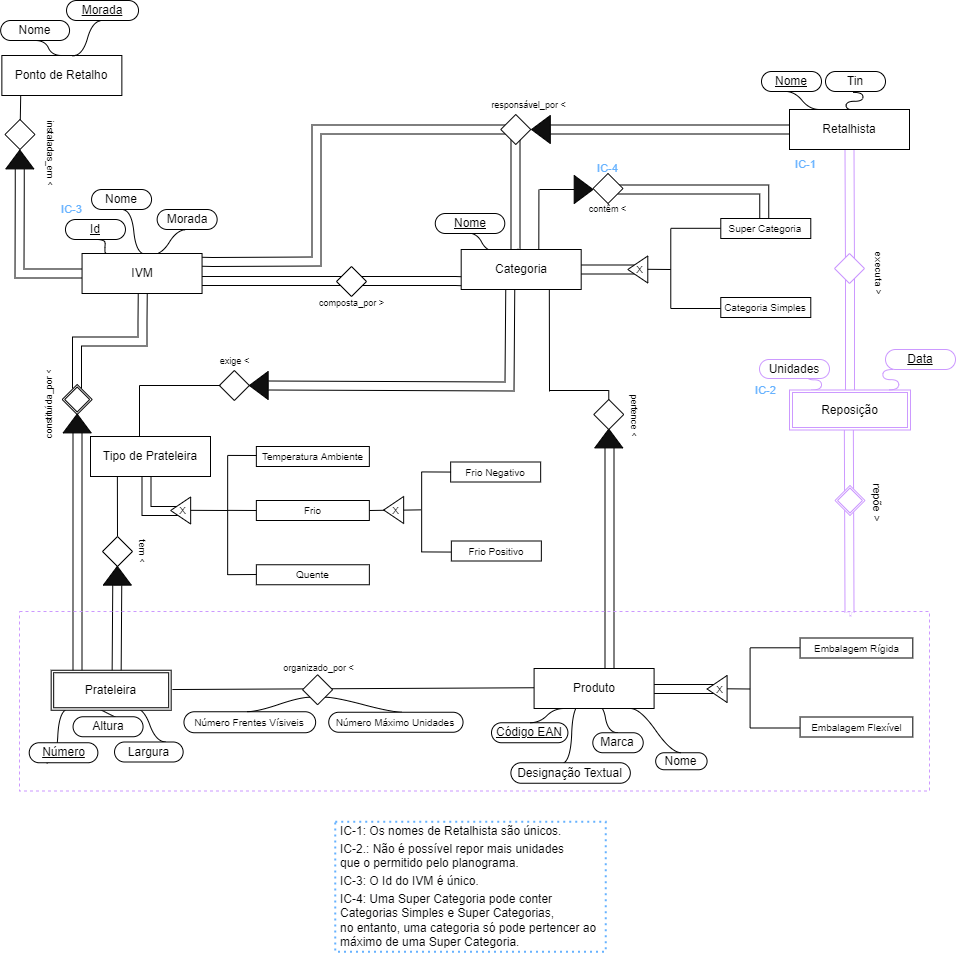
This is Untitled Diagram.drawio.png from raquelfmcardoso/bd-2021-2022-project0102, a draw.io export, as it was before one commit. Source tidied: cells renumbered, new cells last; positions are measured from the earlier drawing's top-left corner, leaving out a move shared by most shapes.
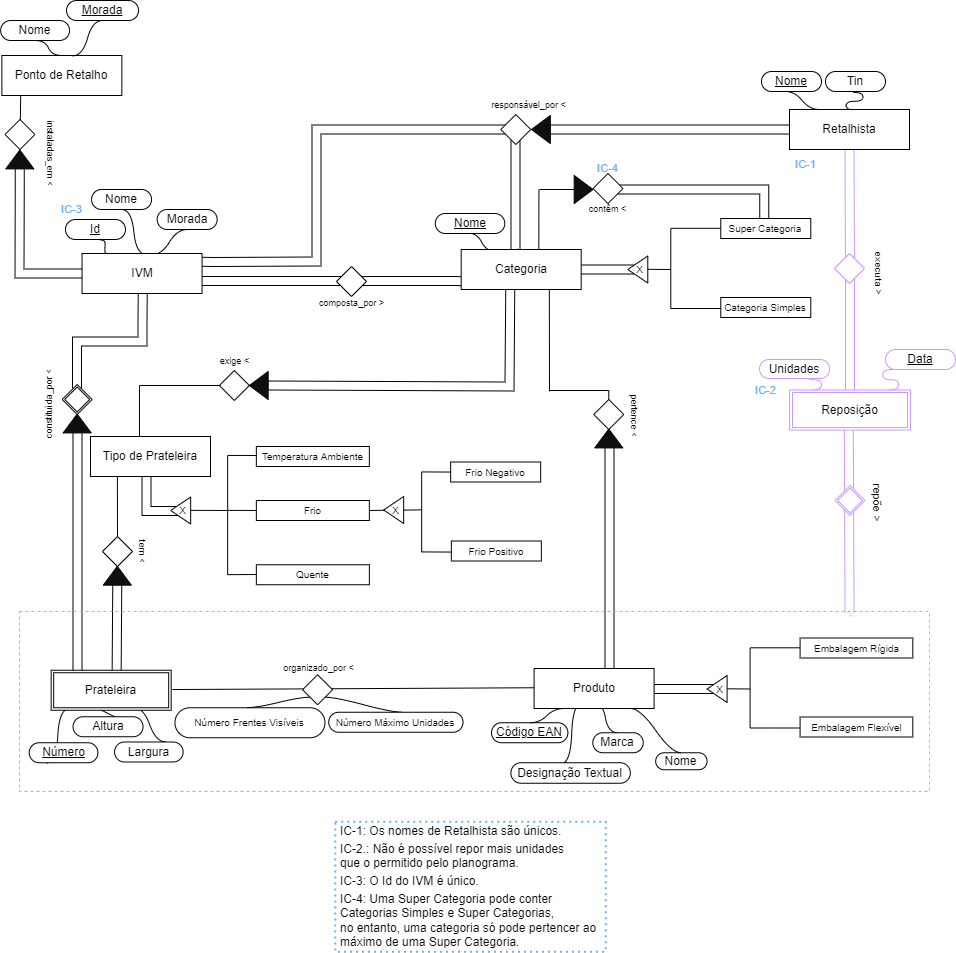
After the commit.

The edit, as a diff of the source:
```diff
@@ -232,8 +232,8 @@
     <mxCell id="44" value="&lt;font style=&quot;font-size: 9px;&quot;&gt;instaladas_em &amp;lt;&lt;/font&gt;" style="text;html=1;align=center;verticalAlign=middle;strokeColor=none;fillColor=none;fontFamily=Helvetica;rotation=90;" parent="1" vertex="1">
       <mxGeometry x="11.1" y="143" width="80" height="20" as="geometry" />
     </mxCell>
-    <mxCell id="45" value="&lt;font style=&quot;font-size: 10px;&quot;&gt;Número Frentes Vísiveis&lt;/font&gt;" style="whiteSpace=wrap;html=1;rounded=1;arcSize=50;align=center;verticalAlign=middle;strokeWidth=1;spacing=4;newEdgeStyle={&quot;edgeStyle&quot;:&quot;entityRelationEdgeStyle&quot;,&quot;startArrow&quot;:&quot;none&quot;,&quot;endArrow&quot;:&quot;none&quot;,&quot;segment&quot;:10,&quot;curved&quot;:1};fontFamily=Helvetica;" parent="1" vertex="1">
-      <mxGeometry x="183.4" y="711.2" width="131.7" height="21" as="geometry" />
+    <mxCell id="45" value="&lt;font style=&quot;font-size: 10px;&quot;&gt;Número Frentes Visíveis&lt;/font&gt;" style="whiteSpace=wrap;html=1;rounded=1;arcSize=50;align=center;verticalAlign=middle;strokeWidth=1;spacing=4;newEdgeStyle={&quot;edgeStyle&quot;:&quot;entityRelationEdgeStyle&quot;,&quot;startArrow&quot;:&quot;none&quot;,&quot;endArrow&quot;:&quot;none&quot;,&quot;segment&quot;:10,&quot;curved&quot;:1};fontFamily=Helvetica;" parent="1" vertex="1">
+      <mxGeometry x="174.4" y="707.2" width="150" height="30" as="geometry" />
     </mxCell>
     <mxCell id="46" style="edgeStyle=entityRelationEdgeStyle;startArrow=none;endArrow=none;segment=10;curved=1;rounded=0;fontFamily=Helvetica;exitX=0;exitY=1;exitDx=0;exitDy=0;entryX=0.482;entryY=-0.006;entryDx=0;entryDy=0;entryPerimeter=0;" parent="1" edge="1" source="117" target="45">
       <mxGeometry relative="1" as="geometry" />
@@ -507,7 +507,7 @@
       <mxGeometry x="328.2" y="711.8" width="134.3" height="20" as="geometry" />
     </mxCell>
     <mxCell id="119" style="rounded=0;whiteSpace=wrap;html=1;fillColor=none;strokeColor=#CC99FF;dashed=1;" parent="1" vertex="1">
-      <mxGeometry x="19" y="611" width="910" height="179.5" as="geometry" />
+      <mxGeometry x="19" y="611" width="910" height="180" as="geometry" />
     </mxCell>
     <mxCell id="120" style="rhombus;whiteSpace=wrap;html=1;fontFamily=Helvetica;" parent="1" vertex="1">
       <mxGeometry x="500.3" y="114" width="30" height="30" as="geometry" />
```
